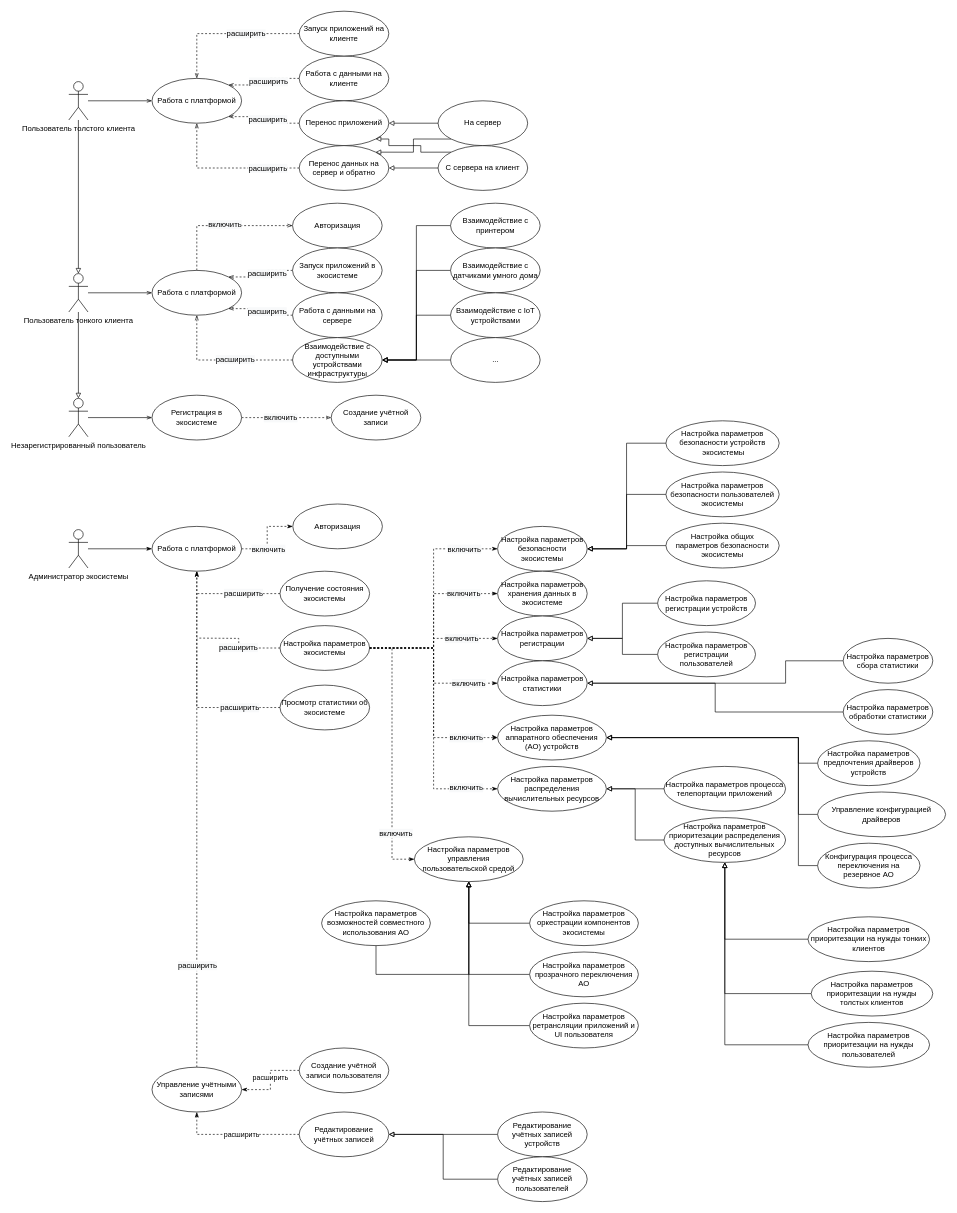
Earlier version of the draw.io diagram LE.UML.drawio (AVAtarMod/Linux_Ecosystem). Source tidied: cells renumbered, new cells numbered last; positions are measured from the earlier drawing's top-left corner, leaving out a move shared by most shapes. Both pictures are drawn from the tidied source at 64%, with x=0, y=0 at pixel (68, 11).
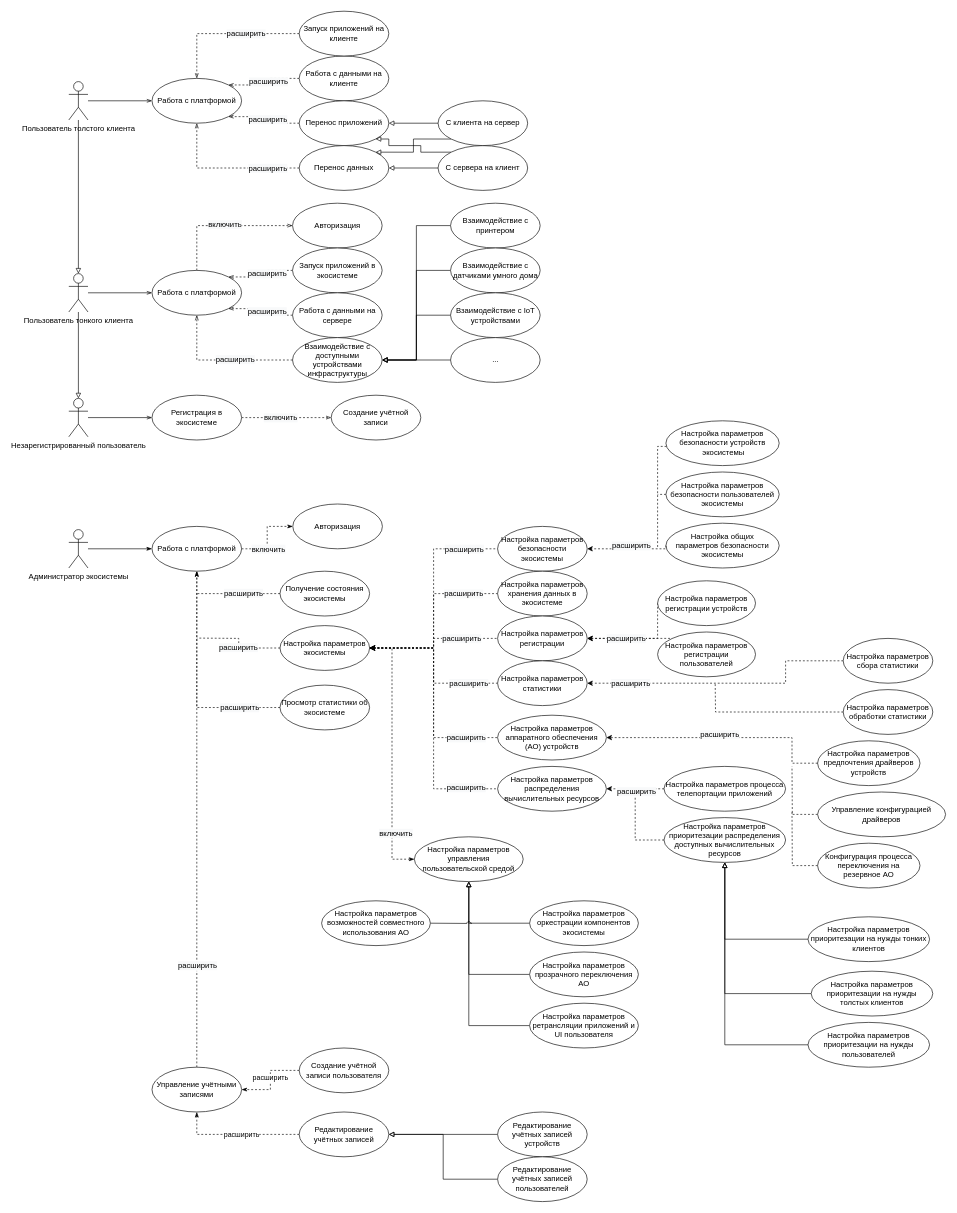
The same page after the edit.

Commit message:
(LE.UML) изменено: исправлено оформление

Unchanged cells that the change refers to:
```xml
<mxCell id="73" value="Настройка параметров экосистемы" style="ellipse;whiteSpace=wrap;html=1;" parent="1" vertex="1">
  <mxGeometry x="330" y="960" width="140" height="70" as="geometry" />
</mxCell>
<mxCell id="77" value="Настройка параметров безопасности экосистемы" style="ellipse;whiteSpace=wrap;html=1;" parent="1" vertex="1">
  <mxGeometry x="670" y="805" width="140" height="70" as="geometry" />
</mxCell>
<mxCell id="78" value="Настройка параметров хранения данных в экосистеме" style="ellipse;whiteSpace=wrap;html=1;" parent="1" vertex="1">
  <mxGeometry x="670" y="875" width="140" height="70" as="geometry" />
</mxCell>
<mxCell id="79" value="Настройка параметров регистрации" style="ellipse;whiteSpace=wrap;html=1;" parent="1" vertex="1">
  <mxGeometry x="670" y="945" width="140" height="70" as="geometry" />
</mxCell>
<mxCell id="80" value="Настройка параметров статистики" style="ellipse;whiteSpace=wrap;html=1;" parent="1" vertex="1">
  <mxGeometry x="670" y="1015" width="140" height="70" as="geometry" />
</mxCell>
<mxCell id="82" value="Настройка общих параметров&amp;nbsp;безопасности экосистемы" style="ellipse;whiteSpace=wrap;html=1;" parent="1" vertex="1">
  <mxGeometry x="933" y="800" width="177" height="70" as="geometry" />
</mxCell>
<mxCell id="84" value="Настройка параметров безопасности устройств&lt;br&gt;&amp;nbsp;экосистемы" style="ellipse;whiteSpace=wrap;html=1;" parent="1" vertex="1">
  <mxGeometry x="933" y="640" width="177" height="70" as="geometry" />
</mxCell>
<mxCell id="86" value="Настройка параметров безопасности пользователей экосистемы" style="ellipse;whiteSpace=wrap;html=1;" parent="1" vertex="1">
  <mxGeometry x="933" y="720" width="177" height="70" as="geometry" />
</mxCell>
<mxCell id="88" value="Настройка параметров регистрации устройств" style="ellipse;whiteSpace=wrap;html=1;" parent="1" vertex="1">
  <mxGeometry x="920" y="890" width="153" height="70" as="geometry" />
</mxCell>
<mxCell id="90" value="Настройка параметров регистрации пользователей" style="ellipse;whiteSpace=wrap;html=1;" parent="1" vertex="1">
  <mxGeometry x="920" y="970" width="153" height="70" as="geometry" />
</mxCell>
<mxCell id="92" value="Настройка параметров сбора статистики" style="ellipse;whiteSpace=wrap;html=1;" parent="1" vertex="1">
  <mxGeometry x="1210" y="980" width="140" height="70" as="geometry" />
</mxCell>
<mxCell id="94" value="Настройка параметров обработки статистики" style="ellipse;whiteSpace=wrap;html=1;" parent="1" vertex="1">
  <mxGeometry x="1210" y="1060" width="140" height="70" as="geometry" />
</mxCell>
<mxCell id="110" value="Настройка параметров аппаратного обеспечения (АО) устройств" style="ellipse;whiteSpace=wrap;html=1;" parent="1" vertex="1">
  <mxGeometry x="670" y="1100" width="170" height="70" as="geometry" />
</mxCell>
<mxCell id="111" value="Настройка параметров распределения вычислительных ресурсов" style="ellipse;whiteSpace=wrap;html=1;" parent="1" vertex="1">
  <mxGeometry x="670" y="1180" width="170" height="70" as="geometry" />
</mxCell>
<mxCell id="114" value="Настройка параметров управления пользовательской средой" style="ellipse;whiteSpace=wrap;html=1;" parent="1" vertex="1">
  <mxGeometry x="540" y="1290" width="170" height="70" as="geometry" />
</mxCell>
<mxCell id="118" value="Настройка параметров предпочтения драйверов устройств" style="ellipse;whiteSpace=wrap;html=1;" parent="1" vertex="1">
  <mxGeometry x="1170" y="1140" width="160" height="70" as="geometry" />
</mxCell>
<mxCell id="120" value="Управление конфигурацией драйверов" style="ellipse;whiteSpace=wrap;html=1;" parent="1" vertex="1">
  <mxGeometry x="1170" y="1220" width="200" height="70" as="geometry" />
</mxCell>
<mxCell id="122" value="Конфигурация процесса переключения на резервное АО" style="ellipse;whiteSpace=wrap;html=1;" parent="1" vertex="1">
  <mxGeometry x="1170" y="1300" width="160" height="70" as="geometry" />
</mxCell>
<mxCell id="124" value="Настройка параметров процесса телепортации приложений" style="ellipse;whiteSpace=wrap;html=1;" parent="1" vertex="1">
  <mxGeometry x="930" y="1180" width="190" height="70" as="geometry" />
</mxCell>
<mxCell id="126" value="Настройка параметров приоритезации распределения доступных вычислительных ресурсов" style="ellipse;whiteSpace=wrap;html=1;" parent="1" vertex="1">
  <mxGeometry x="930" y="1260" width="190" height="70" as="geometry" />
</mxCell>
<mxCell id="140" value="Настройка параметров возможностей совместного использования АО" style="ellipse;whiteSpace=wrap;html=1;" parent="1" vertex="1">
  <mxGeometry x="395" y="1390" width="170" height="70" as="geometry" />
</mxCell>
```

What changed in the source:
```diff
@@
-    <mxCell id="41" value="Перенос данных на сервер и обратно" style="ellipse;whiteSpace=wrap;html=1;" parent="1" vertex="1">
+    <mxCell id="41" value="Перенос данных" style="ellipse;whiteSpace=wrap;html=1;" parent="1" vertex="1">
       <mxGeometry x="360" y="210" width="140" height="70" as="geometry" />
     </mxCell>
@@
-    <mxCell id="53" value="На сервер" style="ellipse;whiteSpace=wrap;html=1;" parent="1" vertex="1">
+    <mxCell id="53" value="C клиента на сервер&lt;br&gt;" style="ellipse;whiteSpace=wrap;html=1;" parent="1" vertex="1">
       <mxGeometry x="577" y="140" width="140" height="70" as="geometry" />
     </mxCell>
@@
-    <mxCell id="63" style="edgeStyle=orthogonalEdgeStyle;rounded=0;jettySize=auto;html=1;entryX=0;entryY=0.5;entryDx=0;entryDy=0;dashed=1;endArrow=classicThin;endFill=1;" parent="1" edge="1" source="73" target="77">
+    <mxCell id="63" style="edgeStyle=orthogonalEdgeStyle;rounded=0;jettySize=auto;html=1;entryX=0;entryY=0.5;entryDx=0;entryDy=0;dashed=1;endArrow=none;endFill=0;startArrow=classic;startFill=1;" parent="1" edge="1" source="73" target="77">
       <mxGeometry relative="1" as="geometry" />
     </mxCell>
-    <mxCell id="64" value="&lt;span style=&quot;font-size: 12px; background-color: rgb(248, 249, 250);&quot;&gt;включить&lt;/span&gt;" style="edgeLabel;html=1;align=center;verticalAlign=middle;" parent="63" vertex="1">
+    <mxCell id="64" value="&lt;span style=&quot;font-size: 12px; background-color: rgb(248, 249, 250);&quot;&gt;расширить&lt;/span&gt;" style="edgeLabel;html=1;align=center;verticalAlign=middle;" parent="63" vertex="1">
       <mxGeometry x="0.64" y="-1" relative="1" as="geometry">
         <mxPoint x="11" y="-1" as="offset" />
       </mxGeometry>
     </mxCell>
-    <mxCell id="65" style="edgeStyle=orthogonalEdgeStyle;rounded=0;jettySize=auto;html=1;dashed=1;endArrow=classicThin;endFill=1;entryX=0;entryY=0.5;entryDx=0;entryDy=0;" parent="1" edge="1" source="73" target="78">
+    <mxCell id="65" style="edgeStyle=orthogonalEdgeStyle;rounded=0;jettySize=auto;html=1;dashed=1;endArrow=none;endFill=0;entryX=0;entryY=0.5;entryDx=0;entryDy=0;startArrow=classic;startFill=1;" parent="1" edge="1" source="73" target="78">
       <mxGeometry relative="1" as="geometry" />
     </mxCell>
-    <mxCell id="66" value="&lt;span style=&quot;font-size: 12px; background-color: rgb(248, 249, 250);&quot;&gt;включить&lt;/span&gt;" style="edgeLabel;html=1;align=center;verticalAlign=middle;" parent="65" vertex="1">
+    <mxCell id="66" value="&lt;span style=&quot;font-size: 12px; background-color: rgb(248, 249, 250);&quot;&gt;расширить&lt;/span&gt;" style="edgeLabel;html=1;align=center;verticalAlign=middle;" parent="65" vertex="1">
       <mxGeometry x="0.53" relative="1" as="geometry">
         <mxPoint x="13" as="offset" />
       </mxGeometry>
     </mxCell>
-    <mxCell id="67" style="edgeStyle=orthogonalEdgeStyle;rounded=0;jettySize=auto;html=1;dashed=1;endArrow=classicThin;endFill=1;" parent="1" edge="1" source="73" target="79">
+    <mxCell id="67" style="edgeStyle=orthogonalEdgeStyle;rounded=0;jettySize=auto;html=1;dashed=1;endArrow=none;endFill=0;startArrow=classic;startFill=1;" parent="1" edge="1" source="73" target="79">
       <mxGeometry relative="1" as="geometry" />
     </mxCell>
-    <mxCell id="68" value="&lt;span style=&quot;font-size: 12px; background-color: rgb(248, 249, 250);&quot;&gt;включить&lt;/span&gt;" style="edgeLabel;html=1;align=center;verticalAlign=middle;" parent="67" vertex="1">
+    <mxCell id="68" value="&lt;span style=&quot;font-size: 12px; background-color: rgb(248, 249, 250);&quot;&gt;расширить&lt;/span&gt;" style="edgeLabel;html=1;align=center;verticalAlign=middle;" parent="67" vertex="1">
       <mxGeometry x="0.21" relative="1" as="geometry">
         <mxPoint x="28" as="offset" />
       </mxGeometry>
     </mxCell>
-    <mxCell id="69" style="edgeStyle=orthogonalEdgeStyle;rounded=0;jettySize=auto;html=1;dashed=1;endArrow=classicThin;endFill=1;" parent="1" edge="1" source="73" target="80">
+    <mxCell id="69" style="edgeStyle=orthogonalEdgeStyle;rounded=0;jettySize=auto;html=1;dashed=1;endArrow=none;endFill=0;startArrow=classic;startFill=1;" parent="1" edge="1" source="73" target="80">
       <mxGeometry relative="1" as="geometry" />
     </mxCell>
-    <mxCell id="70" value="&lt;span style=&quot;font-size: 12px; background-color: rgb(248, 249, 250);&quot;&gt;включить&lt;/span&gt;" style="edgeLabel;html=1;align=center;verticalAlign=middle;" parent="69" vertex="1">
+    <mxCell id="70" value="&lt;span style=&quot;font-size: 12px; background-color: rgb(248, 249, 250);&quot;&gt;расширить&lt;/span&gt;" style="edgeLabel;html=1;align=center;verticalAlign=middle;" parent="69" vertex="1">
       <mxGeometry x="0.51" y="1" relative="1" as="geometry">
         <mxPoint x="16" y="1" as="offset" />
       </mxGeometry>
     </mxCell>
-    <mxCell id="71" style="edgeStyle=orthogonalEdgeStyle;rounded=0;jettySize=auto;elbow=vertical;html=1;exitX=1;exitY=0.5;exitDx=0;exitDy=0;entryX=0;entryY=0.5;entryDx=0;entryDy=0;dashed=1;" parent="1" edge="1" source="73" target="110">
+    <mxCell id="71" style="edgeStyle=orthogonalEdgeStyle;rounded=0;jettySize=auto;elbow=vertical;html=1;exitX=1;exitY=0.5;exitDx=0;exitDy=0;entryX=0;entryY=0.5;entryDx=0;entryDy=0;dashed=1;startArrow=classic;startFill=1;endArrow=none;endFill=0;" parent="1" edge="1" source="73" target="110">
       <mxGeometry relative="1" as="geometry" />
     </mxCell>
-    <mxCell id="72" value="&lt;span style=&quot;font-size: 12px; background-color: rgb(248, 249, 250);&quot;&gt;включить&lt;/span&gt;" style="edgeLabel;html=1;align=center;verticalAlign=middle;" parent="71" vertex="1">
+    <mxCell id="72" value="&lt;span style=&quot;font-size: 12px; background-color: rgb(248, 249, 250);&quot;&gt;расширить&lt;/span&gt;" style="edgeLabel;html=1;align=center;verticalAlign=middle;" parent="71" vertex="1">
       <mxGeometry x="0.59" y="-5" relative="1" as="geometry">
         <mxPoint x="20" y="-5" as="offset" />
       </mxGeometry>
     </mxCell>
@@
+    <mxCell id="141" style="edgeStyle=elbowEdgeStyle;rounded=0;jumpStyle=arc;jettySize=auto;elbow=vertical;html=1;entryX=0;entryY=0.5;entryDx=0;entryDy=0;dashed=1;startArrow=classic;startFill=1;endArrow=none;endFill=0;exitX=1;exitY=0.5;exitDx=0;exitDy=0;" parent="1" edge="1" source="79" target="88">
+      <mxGeometry relative="1" as="geometry">
+        <Array as="points">
+          <mxPoint x="860" y="980" />
+        </Array>
+      </mxGeometry>
+    </mxCell>
+    <mxCell id="142" style="edgeStyle=elbowEdgeStyle;rounded=0;jumpStyle=arc;jettySize=auto;elbow=vertical;html=1;exitX=1;exitY=0.5;exitDx=0;exitDy=0;entryX=0;entryY=0;entryDx=0;entryDy=0;dashed=1;startArrow=classic;startFill=1;endArrow=none;endFill=0;" parent="1" edge="1" source="79" target="90">
+      <mxGeometry relative="1" as="geometry" />
+    </mxCell>
+    <mxCell id="143" value="&lt;span style=&quot;font-size: 12px; background-color: rgb(248, 249, 250);&quot;&gt;расширить&lt;/span&gt;" style="edgeLabel;html=1;align=center;verticalAlign=middle;" parent="142" vertex="1">
+      <mxGeometry x="-0.24" y="2" relative="1" as="geometry">
+        <mxPoint x="10" y="2" as="offset" />
+      </mxGeometry>
+    </mxCell>
@@
-    <mxCell id="81" style="edgeStyle=orthogonalEdgeStyle;rounded=0;jettySize=auto;html=1;endArrow=block;endFill=0;" parent="1" edge="1" source="82" target="77">
-      <mxGeometry relative="1" as="geometry" />
-    </mxCell>
@@
-    <mxCell id="83" style="edgeStyle=orthogonalEdgeStyle;rounded=0;jettySize=auto;html=1;entryX=1;entryY=0.5;entryDx=0;entryDy=0;endArrow=block;endFill=0;" parent="1" edge="1" source="84" target="77">
-      <mxGeometry relative="1" as="geometry" />
-    </mxCell>
+    <mxCell id="144" style="edgeStyle=elbowEdgeStyle;rounded=0;jumpStyle=arc;jettySize=auto;elbow=vertical;html=1;dashed=1;endArrow=none;endFill=0;" parent="1" edge="1" source="84">
+      <mxGeometry relative="1" as="geometry">
+        <mxPoint x="920" y="840" as="targetPoint" />
+        <Array as="points">
+          <mxPoint x="860" y="680" />
+        </Array>
+      </mxGeometry>
+    </mxCell>
@@
-    <mxCell id="85" style="edgeStyle=orthogonalEdgeStyle;rounded=0;jettySize=auto;html=1;endArrow=block;endFill=0;entryX=1;entryY=0.5;entryDx=0;entryDy=0;" parent="1" edge="1" source="86" target="77">
-      <mxGeometry relative="1" as="geometry" />
-    </mxCell>
+    <mxCell id="145" style="edgeStyle=elbowEdgeStyle;rounded=0;jumpStyle=arc;jettySize=auto;elbow=vertical;html=1;dashed=1;endArrow=none;endFill=0;" parent="1" edge="1" source="86">
+      <mxGeometry relative="1" as="geometry">
+        <mxPoint x="920" y="755" as="targetPoint" />
+      </mxGeometry>
+    </mxCell>
@@
-    <mxCell id="87" style="edgeStyle=orthogonalEdgeStyle;rounded=0;jettySize=auto;html=1;endArrow=block;endFill=0;" parent="1" edge="1" source="88" target="79">
-      <mxGeometry relative="1" as="geometry" />
-    </mxCell>
@@
-    <mxCell id="89" style="edgeStyle=orthogonalEdgeStyle;rounded=0;jettySize=auto;html=1;endArrow=block;endFill=0;" parent="1" edge="1" source="90" target="79">
-      <mxGeometry relative="1" as="geometry" />
-    </mxCell>
@@
-    <mxCell id="91" style="rounded=0;jettySize=auto;html=1;endArrow=block;endFill=0;edgeStyle=orthogonalEdgeStyle;" parent="1" edge="1" source="92" target="80">
+    <mxCell id="91" style="rounded=0;jettySize=auto;html=1;endArrow=classic;endFill=1;edgeStyle=orthogonalEdgeStyle;dashed=1;" parent="1" edge="1" source="92" target="80">
       <mxGeometry relative="1" as="geometry">
         <Array as="points">
           <mxPoint x="1120" y="1015" />
           <mxPoint x="1120" y="1050" />
         </Array>
       </mxGeometry>
     </mxCell>
+    <mxCell id="146" value="&lt;span style=&quot;font-size: 12px; background-color: rgb(248, 249, 250);&quot;&gt;расширить&lt;/span&gt;" style="edgeLabel;html=1;align=center;verticalAlign=middle;" parent="91" vertex="1">
+      <mxGeometry x="0.69" relative="1" as="geometry" />
+    </mxCell>
@@
-    <mxCell id="93" style="edgeStyle=orthogonalEdgeStyle;rounded=0;jettySize=auto;html=1;entryX=1;entryY=0.5;entryDx=0;entryDy=0;endArrow=block;endFill=0;" parent="1" edge="1" source="94" target="80">
-      <mxGeometry relative="1" as="geometry" />
+    <mxCell id="93" style="edgeStyle=orthogonalEdgeStyle;rounded=0;jettySize=auto;html=1;endArrow=none;endFill=0;dashed=1;" parent="1" edge="1" source="94">
+      <mxGeometry relative="1" as="geometry">
+        <mxPoint x="1010" y="1050" as="targetPoint" />
+      </mxGeometry>
     </mxCell>
@@
-    <mxCell id="112" style="edgeStyle=orthogonalEdgeStyle;rounded=0;jettySize=auto;html=1;dashed=1;endArrow=classicThin;endFill=1;exitX=1;exitY=0.5;exitDx=0;exitDy=0;entryX=0;entryY=0.5;entryDx=0;entryDy=0;" parent="1" edge="1" source="73" target="111">
+    <mxCell id="112" style="edgeStyle=orthogonalEdgeStyle;rounded=0;jettySize=auto;html=1;dashed=1;endArrow=none;endFill=0;exitX=1;exitY=0.5;exitDx=0;exitDy=0;entryX=0;entryY=0.5;entryDx=0;entryDy=0;startArrow=classic;startFill=1;" parent="1" edge="1" source="73" target="111">
       <mxGeometry relative="1" as="geometry" />
     </mxCell>
-    <mxCell id="113" value="&lt;span style=&quot;font-size: 12px; background-color: rgb(248, 249, 250);&quot;&gt;включить&lt;/span&gt;" style="edgeLabel;html=1;align=center;verticalAlign=middle;" parent="112" vertex="1">
+    <mxCell id="113" value="&lt;span style=&quot;font-size: 12px; background-color: rgb(248, 249, 250);&quot;&gt;расширить&lt;/span&gt;" style="edgeLabel;html=1;align=center;verticalAlign=middle;" parent="112" vertex="1">
       <mxGeometry x="0.51" y="1" relative="1" as="geometry">
         <mxPoint x="49" y="1" as="offset" />
       </mxGeometry>
     </mxCell>
@@
-    <mxCell id="117" style="edgeStyle=orthogonalEdgeStyle;rounded=0;jettySize=auto;html=1;entryX=1;entryY=0.5;entryDx=0;entryDy=0;elbow=vertical;endArrow=block;endFill=0;jumpStyle=arc;" parent="1" edge="1" source="118" target="110">
-      <mxGeometry relative="1" as="geometry">
-        <Array as="points">
-          <mxPoint x="1140" y="1175" />
-          <mxPoint x="1140" y="1135" />
-        </Array>
-      </mxGeometry>
-    </mxCell>
@@
-    <mxCell id="119" style="edgeStyle=orthogonalEdgeStyle;rounded=0;jumpStyle=arc;jettySize=auto;html=1;entryX=1;entryY=0.5;entryDx=0;entryDy=0;endArrow=block;endFill=0;elbow=vertical;" parent="1" edge="1" source="120" target="110">
-      <mxGeometry relative="1" as="geometry">
-        <Array as="points">
-          <mxPoint x="1140" y="1255" />
-          <mxPoint x="1140" y="1135" />
-        </Array>
-      </mxGeometry>
-    </mxCell>
+    <mxCell id="147" style="edgeStyle=orthogonalEdgeStyle;rounded=0;jumpStyle=arc;jettySize=auto;html=1;dashed=1;endArrow=none;endFill=0;" parent="1" edge="1" source="120">
+      <mxGeometry relative="1" as="geometry">
+        <mxPoint x="1130" y="1180" as="targetPoint" />
+      </mxGeometry>
+    </mxCell>
@@
-    <mxCell id="121" style="edgeStyle=orthogonalEdgeStyle;rounded=0;jumpStyle=arc;jettySize=auto;html=1;entryX=1;entryY=0.5;entryDx=0;entryDy=0;endArrow=block;endFill=0;" parent="1" edge="1" source="122" target="110">
-      <mxGeometry relative="1" as="geometry">
-        <Array as="points">
-          <mxPoint x="1140" y="1335" />
-          <mxPoint x="1140" y="1135" />
-        </Array>
-      </mxGeometry>
-    </mxCell>
+    <mxCell id="148" style="edgeStyle=orthogonalEdgeStyle;rounded=0;jumpStyle=arc;jettySize=auto;html=1;dashed=1;endArrow=none;endFill=0;" parent="1" edge="1" source="122">
+      <mxGeometry relative="1" as="geometry">
+        <mxPoint x="1130" y="1250" as="targetPoint" />
+      </mxGeometry>
+    </mxCell>
@@
-    <mxCell id="123" style="edgeStyle=orthogonalEdgeStyle;rounded=0;jumpStyle=arc;jettySize=auto;html=1;endArrow=block;endFill=0;" parent="1" edge="1" source="124" target="111">
-      <mxGeometry relative="1" as="geometry" />
-    </mxCell>
+    <mxCell id="149" style="edgeStyle=elbowEdgeStyle;rounded=0;jumpStyle=arc;jettySize=auto;elbow=vertical;html=1;dashed=1;startArrow=none;startFill=0;endArrow=none;endFill=0;" parent="1" edge="1" source="124">
+      <mxGeometry relative="1" as="geometry">
+        <mxPoint x="880" y="1215" as="targetPoint" />
+      </mxGeometry>
+    </mxCell>
@@
-    <mxCell id="125" style="edgeStyle=orthogonalEdgeStyle;rounded=0;jumpStyle=arc;jettySize=auto;html=1;entryX=1;entryY=0.5;entryDx=0;entryDy=0;endArrow=block;endFill=0;" parent="1" edge="1" source="126" target="111">
+    <mxCell id="125" style="edgeStyle=orthogonalEdgeStyle;rounded=0;jumpStyle=arc;jettySize=auto;html=1;entryX=1;entryY=0.5;entryDx=0;entryDy=0;endArrow=classic;endFill=1;dashed=1;" parent="1" edge="1" source="126" target="111">
       <mxGeometry relative="1" as="geometry" />
     </mxCell>
+    <mxCell id="150" value="&lt;span style=&quot;font-size: 12px; background-color: rgb(248, 249, 250);&quot;&gt;расширить&lt;/span&gt;" style="edgeLabel;html=1;align=center;verticalAlign=middle;" parent="125" vertex="1">
+      <mxGeometry x="0.21" y="-1" relative="1" as="geometry">
+        <mxPoint y="-18" as="offset" />
+      </mxGeometry>
+    </mxCell>
@@
-    <mxCell id="139" style="edgeStyle=orthogonalEdgeStyle;rounded=0;jumpStyle=arc;jettySize=auto;html=1;entryX=0.5;entryY=1;entryDx=0;entryDy=0;endArrow=block;endFill=0;" parent="1" edge="1" source="140" target="114">
-      <mxGeometry relative="1" as="geometry">
-        <Array as="points">
-          <mxPoint x="625" y="1505" />
-        </Array>
-      </mxGeometry>
-    </mxCell>
+    <mxCell id="151" style="edgeStyle=elbowEdgeStyle;rounded=0;jumpStyle=arc;jettySize=auto;elbow=vertical;html=1;exitX=1;exitY=0.5;exitDx=0;exitDy=0;startArrow=none;startFill=0;endArrow=none;endFill=0;" parent="1" edge="1" source="140">
+      <mxGeometry relative="1" as="geometry">
+        <mxPoint x="630" y="1425.4" as="targetPoint" />
+      </mxGeometry>
+    </mxCell>
@@
+    <mxCell id="117" style="edgeStyle=orthogonalEdgeStyle;rounded=0;jettySize=auto;html=1;dashed=1;endArrow=classic;endFill=1;exitX=0;exitY=0.5;exitDx=0;exitDy=0;" parent="1" edge="1" source="118" target="110">
+      <mxGeometry relative="1" as="geometry">
+        <Array as="points">
+          <mxPoint x="1130" y="1175" />
+          <mxPoint x="1130" y="1135" />
+        </Array>
+      </mxGeometry>
+    </mxCell>
+    <mxCell id="152" value="&lt;span style=&quot;font-size: 12px; background-color: rgb(248, 249, 250);&quot;&gt;расширить&lt;/span&gt;" style="edgeLabel;html=1;align=center;verticalAlign=middle;" parent="117" vertex="1">
+      <mxGeometry x="0.11" y="-1" relative="1" as="geometry">
+        <mxPoint x="11" y="-4" as="offset" />
+      </mxGeometry>
+    </mxCell>
+    <mxCell id="81" style="edgeStyle=elbowEdgeStyle;rounded=0;jettySize=auto;html=1;dashed=1;endArrow=classic;endFill=1;entryX=1;entryY=0.5;entryDx=0;entryDy=0;elbow=vertical;exitX=0;exitY=0.5;exitDx=0;exitDy=0;" parent="1" edge="1" source="82" target="77">
+      <mxGeometry relative="1" as="geometry">
+        <Array as="points">
+          <mxPoint x="830" y="840" />
+          <mxPoint x="880" y="840" />
+        </Array>
+      </mxGeometry>
+    </mxCell>
+    <mxCell id="153" value="&lt;span style=&quot;font-size: 12px; background-color: rgb(248, 249, 250);&quot;&gt;расширить&lt;/span&gt;" style="edgeLabel;html=1;align=center;verticalAlign=middle;" parent="81" vertex="1">
+      <mxGeometry x="0.11" y="-1" relative="1" as="geometry">
+        <mxPoint x="11" y="-4" as="offset" />
+      </mxGeometry>
+    </mxCell>
```
